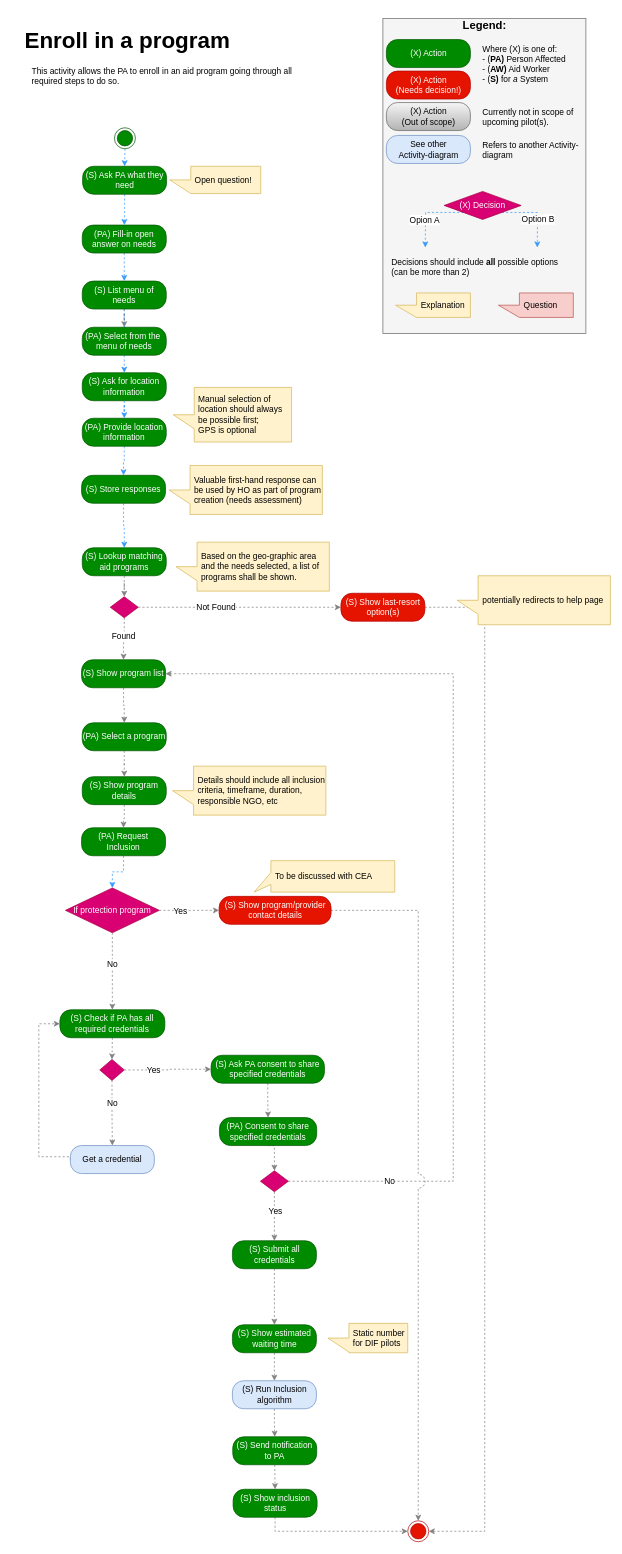
The draw.io diagram Activity Diagrams/Enroll in a program activity.drawio in nsward/diagrams, before the edit. Source tidied: cells renumbered, new cells numbered last; positions are measured from the earlier drawing's top-left corner, leaving out a move shared by most shapes. Both pictures are drawn from the tidied source at 70%, with x=0, y=0 at pixel (12, 12).
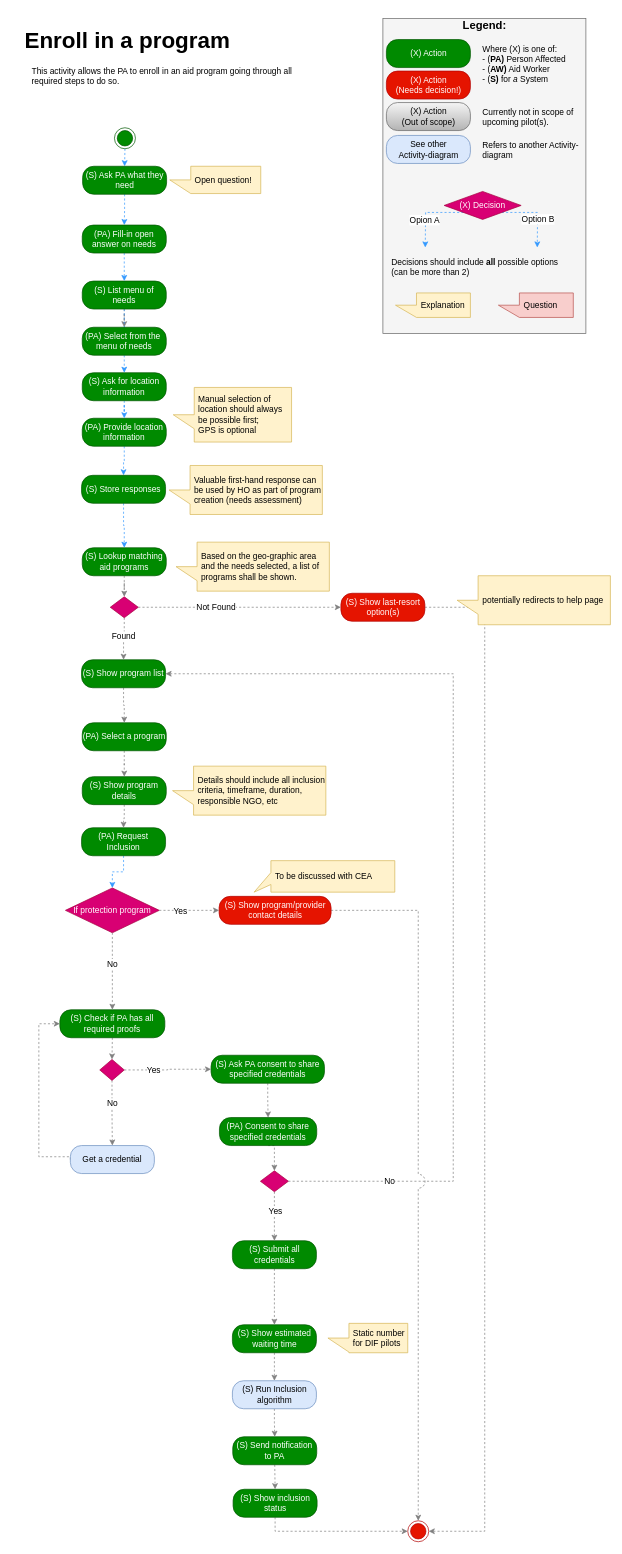
Above is the later version.

Commit message:
Change credentials to proofs

Change to the diagram source:
```diff
@@
-    <mxCell id="55" value="(S) Check if PA has all required credentials" style="rounded=1;whiteSpace=wrap;html=1;arcSize=40;fillColor=#008a00;strokeColor=#005700;fontColor=#ffffff;" parent="1" vertex="1">
+    <mxCell id="55" value="(S) Check if PA has all required proofs" style="rounded=1;whiteSpace=wrap;html=1;arcSize=40;fillColor=#008a00;strokeColor=#005700;fontColor=#ffffff;" parent="1" vertex="1">
       <mxGeometry x="68" y="1425" width="150" height="40" as="geometry" />
     </mxCell>
```
